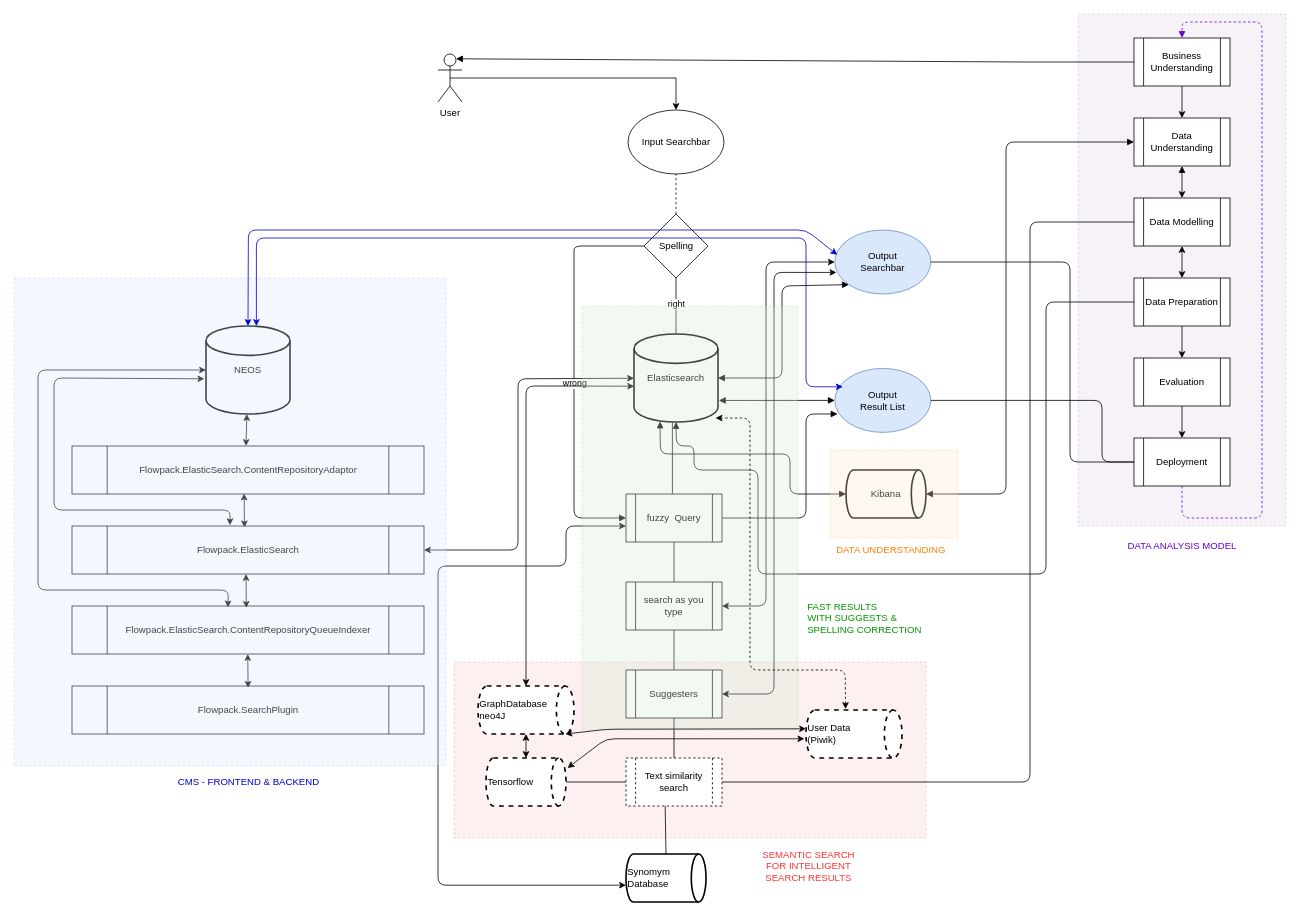
Earlier version of the draw.io diagram Untitled Diagram.drawio (Addelini/diagrams). Source tidied: cells renumbered, new cells numbered last; positions are measured from the earlier drawing's top-left corner, leaving out a move shared by most shapes. Both pictures are drawn from the tidied source at 80%, with x=0, y=0 at pixel (14, 14).
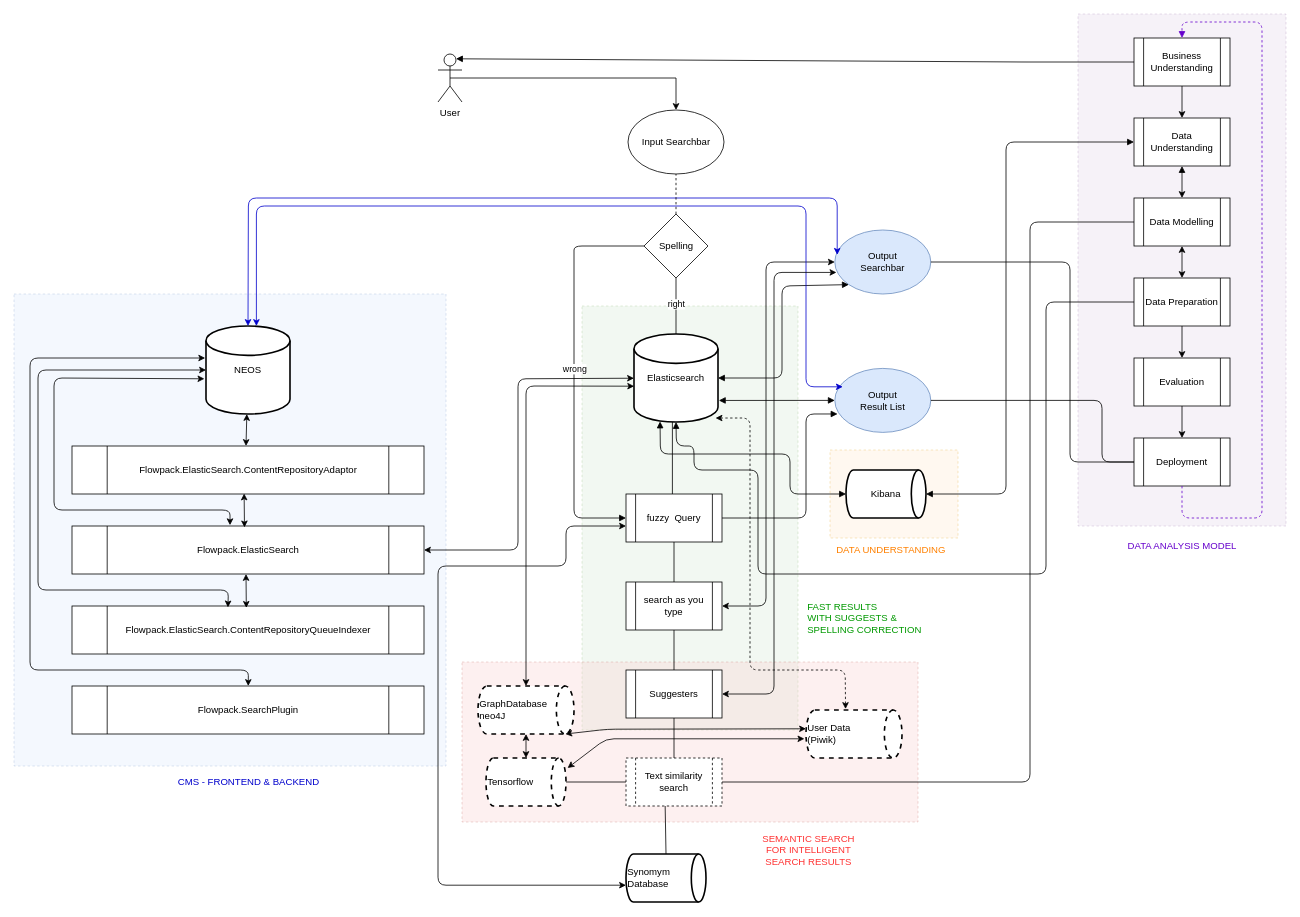
The same diagram, later.

The change refers to these unchanged cells:
```xml
<mxCell id="19" value="Output &lt;br&gt;Searchbar" style="ellipse;whiteSpace=wrap;html=1;fillColor=#dae8fc;strokeColor=#6c8ebf;" parent="1" vertex="1">
  <mxGeometry x="1026" y="270" width="120" height="80" as="geometry" />
</mxCell>
<mxCell id="22" style="endArrow=none;html=1;entryX=0;entryY=0.5;entryDx=0;entryDy=0;exitX=0;exitY=0.5;exitDx=0;exitDy=0;startArrow=block;startFill=1;" parent="1" edge="1" source="7" target="6">
  <mxGeometry relative="1" as="geometry">
    <Array as="points">
      <mxPoint x="700" y="630" />
      <mxPoint x="700" y="310" />
      <mxPoint x="700" y="290" />
    </Array>
  </mxGeometry>
</mxCell>
<mxCell id="47" value="NEOS" style="strokeWidth=2;html=1;shape=mxgraph.flowchart.database;whiteSpace=wrap;" parent="1" vertex="1">
  <mxGeometry x="240" y="390" width="105" height="110" as="geometry" />
</mxCell>
<mxCell id="51" value="Flowpack.SearchPlugin" style="shape=process;whiteSpace=wrap;html=1;backgroundOutline=1;" parent="1" vertex="1">
  <mxGeometry x="72.5" y="840" width="440" height="60" as="geometry" />
</mxCell>
```

Change to the diagram source:
```diff
@@
+    <mxCell id="72" style="rounded=0;whiteSpace=wrap;html=1;dashed=1;fillColor=#ffe6cc;strokeColor=#d79b00;opacity=30;" parent="1" vertex="1">
+      <mxGeometry x="1020" y="545" width="160" height="110" as="geometry" />
+    </mxCell>
+    <mxCell id="63" style="rounded=0;whiteSpace=wrap;html=1;dashed=1;fillColor=#dae8fc;strokeColor=#6c8ebf;opacity=30;" parent="1" vertex="1">
+      <mxGeometry y="350" width="540" height="590" as="geometry" />
+    </mxCell>
+    <mxCell id="71" style="rounded=0;whiteSpace=wrap;html=1;dashed=1;fillColor=#d5e8d4;strokeColor=#82b366;opacity=30;" parent="1" vertex="1">
+      <mxGeometry x="710" y="365" width="270" height="530" as="geometry" />
+    </mxCell>
     <mxCell id="3" style="rounded=0;whiteSpace=wrap;html=1;dashed=1;fillColor=#f8cecc;strokeColor=#b85450;opacity=30;" parent="1" vertex="1">
-      <mxGeometry x="550" y="810" width="590" height="220" as="geometry" />
+      <mxGeometry x="560" y="810" width="570" height="200" as="geometry" />
     </mxCell>
@@
     <mxCell id="23" value="wrong" style="edgeLabel;html=1;align=center;verticalAlign=middle;" parent="22" vertex="1">
-      <mxGeometry x="-0.05" relative="1" as="geometry" />
+      <mxGeometry x="-0.05" relative="1" as="geometry">
+        <mxPoint y="-18" as="offset" />
+      </mxGeometry>
     </mxCell>
@@
     <mxCell id="26" value="SEMANTIC SEARCH &lt;br&gt;FOR INTELLIGENT &lt;br&gt;SEARCH RESULTS" style="text;html=1;align=center;verticalAlign=middle;strokeColor=none;fontColor=#FF3333;" parent="1" vertex="1">
-      <mxGeometry x="928" y="1040" width="130" height="50" as="geometry" />
+      <mxGeometry x="928" y="1020" width="130" height="50" as="geometry" />
     </mxCell>
@@
-    <mxCell id="56" style="endArrow=classic;startArrow=classic;html=1;entryX=0.489;entryY=0.99;entryDx=0;entryDy=0;entryPerimeter=0;exitX=0.49;exitY=0.029;exitDx=0;exitDy=0;exitPerimeter=0;" parent="1" edge="1">
+    <mxCell id="56" style="endArrow=classic;startArrow=classic;html=1;" parent="1" edge="1" target="51">
       <mxGeometry relative="1" as="geometry">
-        <mxPoint x="292.6" y="842.3" as="sourcePoint" />
-        <mxPoint x="292.2" y="800" as="targetPoint" />
+        <mxPoint x="239" y="430" as="sourcePoint" />
+        <Array as="points">
+          <mxPoint x="20" y="430" />
+          <mxPoint x="20" y="820" />
+          <mxPoint x="293" y="820" />
+        </Array>
       </mxGeometry>
     </mxCell>
@@
-    <mxCell id="63" style="rounded=0;whiteSpace=wrap;html=1;dashed=1;fillColor=#dae8fc;strokeColor=#6c8ebf;opacity=30;" parent="1" vertex="1">
-      <mxGeometry y="330" width="540" height="610" as="geometry" />
-    </mxCell>
     <mxCell id="64" style="endArrow=classic;startArrow=classic;html=1;exitX=0.025;exitY=0.388;exitDx=0;exitDy=0;exitPerimeter=0;entryX=0.5;entryY=0;entryDx=0;entryDy=0;entryPerimeter=0;fillColor=#f8cecc;strokeColor=#0000CC;" parent="1" edge="1" source="19" target="47">
       <mxGeometry relative="1" as="geometry">
         <Array as="points">
-          <mxPoint x="990" y="270" />
-          <mxPoint x="920" y="270" />
-          <mxPoint x="293" y="270" />
+          <mxPoint x="1029" y="230" />
+          <mxPoint x="920" y="230" />
+          <mxPoint x="293" y="230" />
         </Array>
       </mxGeometry>
     </mxCell>
     <mxCell id="65" style="endArrow=classic;startArrow=classic;html=1;fillColor=#f8cecc;strokeColor=#0000CC;" parent="1" edge="1">
       <mxGeometry relative="1" as="geometry">
         <mxPoint x="1036" y="466" as="sourcePoint" />
         <mxPoint x="303" y="390" as="targetPoint" />
         <Array as="points">
           <mxPoint x="990" y="466" />
-          <mxPoint x="990" y="280" />
-          <mxPoint x="930" y="280" />
-          <mxPoint x="303" y="280" />
+          <mxPoint x="990" y="240" />
+          <mxPoint x="303" y="240" />
         </Array>
       </mxGeometry>
     </mxCell>
@@
-    <mxCell id="71" style="rounded=0;whiteSpace=wrap;html=1;dashed=1;fillColor=#d5e8d4;strokeColor=#82b366;opacity=30;" parent="1" vertex="1">
-      <mxGeometry x="710" y="365" width="270" height="530" as="geometry" />
-    </mxCell>
-    <mxCell id="72" style="rounded=0;whiteSpace=wrap;html=1;dashed=1;fillColor=#ffe6cc;strokeColor=#d79b00;opacity=30;" parent="1" vertex="1">
-      <mxGeometry x="1020" y="545" width="160" height="110" as="geometry" />
-    </mxCell>
```
